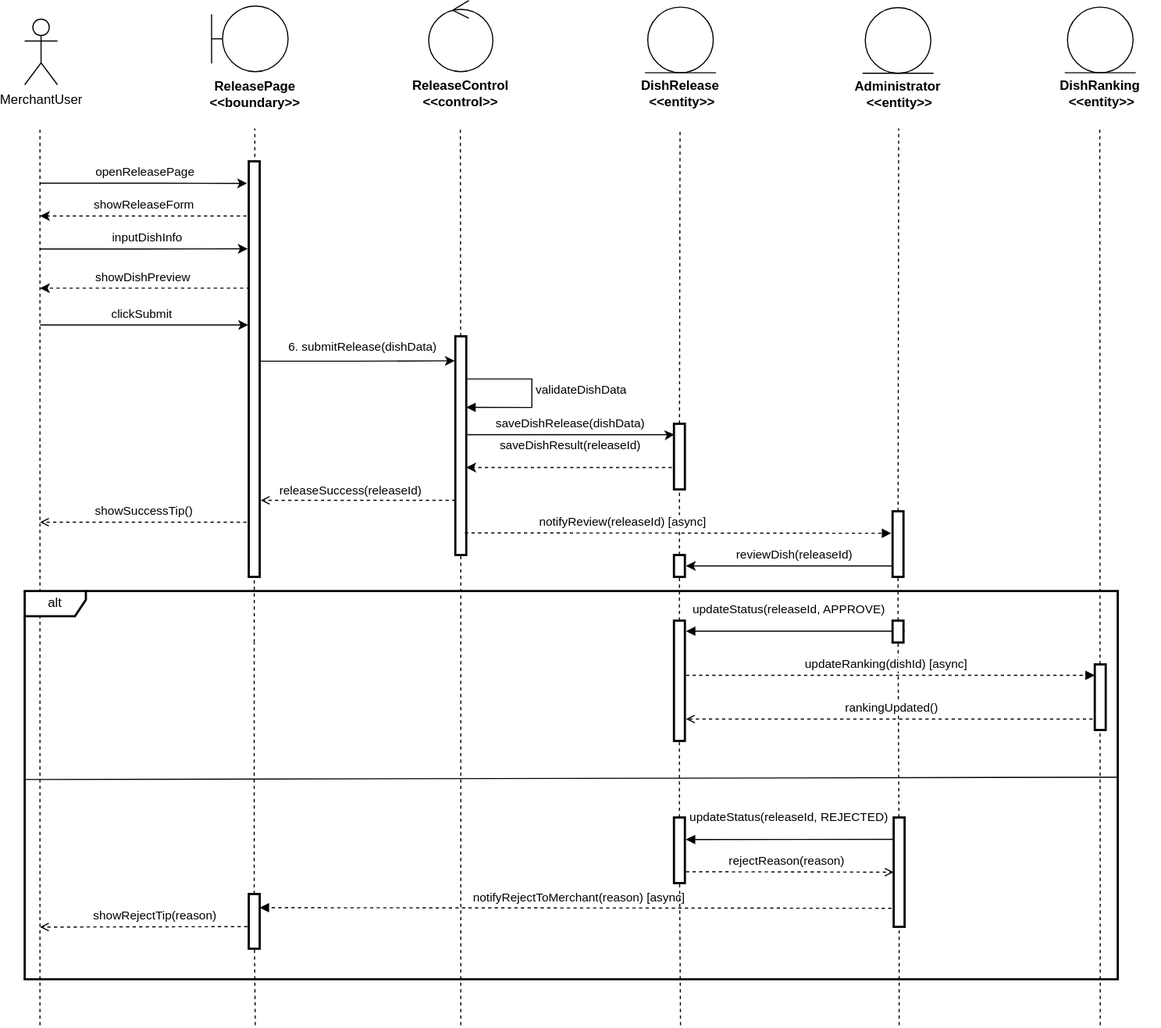
Above: Assignment2/diagrams/Re-ID.svg in qianlinnian/se_sad_project (draw.io), before the change. Source tidied: cells renumbered, new cells last; positions are measured from the earlier drawing's top-left corner, leaving out a move shared by most shapes.
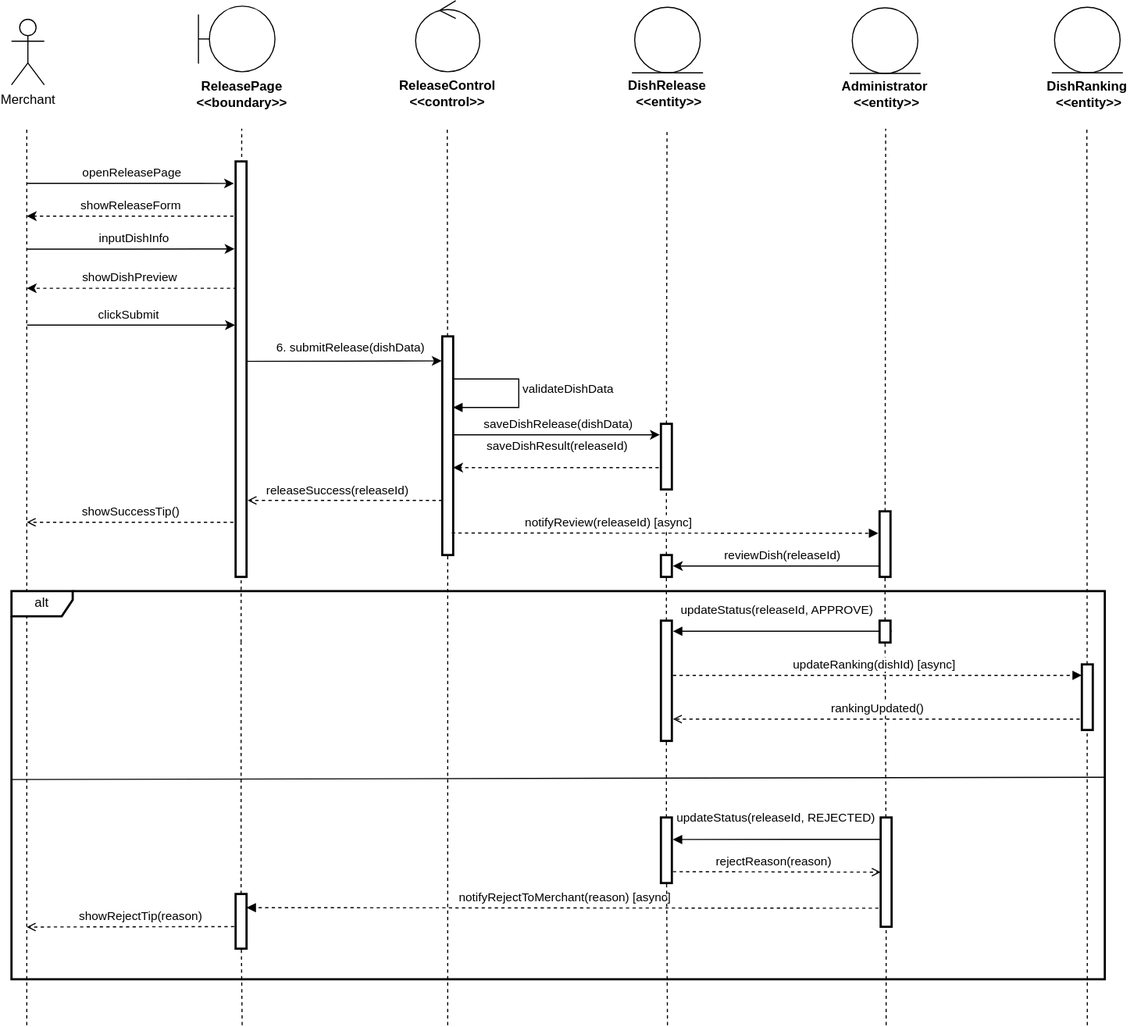
The same file after the commit.

Change to the diagram source:
```diff
@@ -2,7 +2,7 @@
   <root>
     <mxCell id="0" />
     <mxCell id="1" parent="0" />
-    <mxCell id="2" value="MerchantUser" style="shape=umlActor;verticalLabelPosition=bottom;verticalAlign=top;html=1;" parent="1" vertex="1">
+    <mxCell id="2" value="Merchant" style="shape=umlActor;verticalLabelPosition=bottom;verticalAlign=top;html=1;" parent="1" vertex="1">
       <mxGeometry y="17" width="30" height="60" as="geometry" />
     </mxCell>
     <mxCell id="3" value="openReleasePage" style="edgeStyle=orthogonalEdgeStyle;rounded=0;jettySize=auto;html=1;dashed=0;dashPattern=1 4;strokeColor=#000000;entryX=-0.15;entryY=0.053;entryDx=0;entryDy=0;entryPerimeter=0;" parent="1" edge="1" target="43">
```
